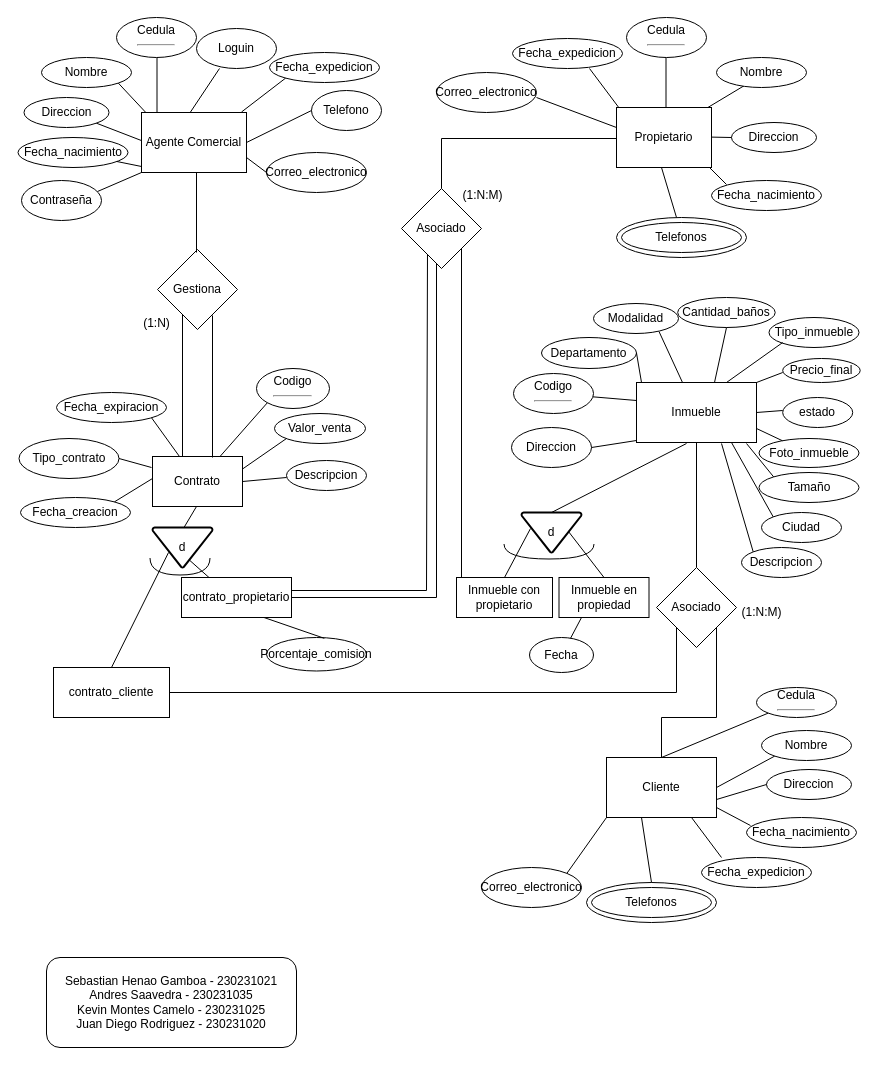
The draw.io diagram Copia de empresa inmobiliaria.drawio in Juandiiego2111/Juandiiego21111, before the edit. Source tidied: cells renumbered, new cells numbered last; positions are measured from the earlier drawing's top-left corner, leaving out a move shared by most shapes. Both pictures are drawn from the tidied source at 100%, with x=0, y=0 at pixel (18, 17).
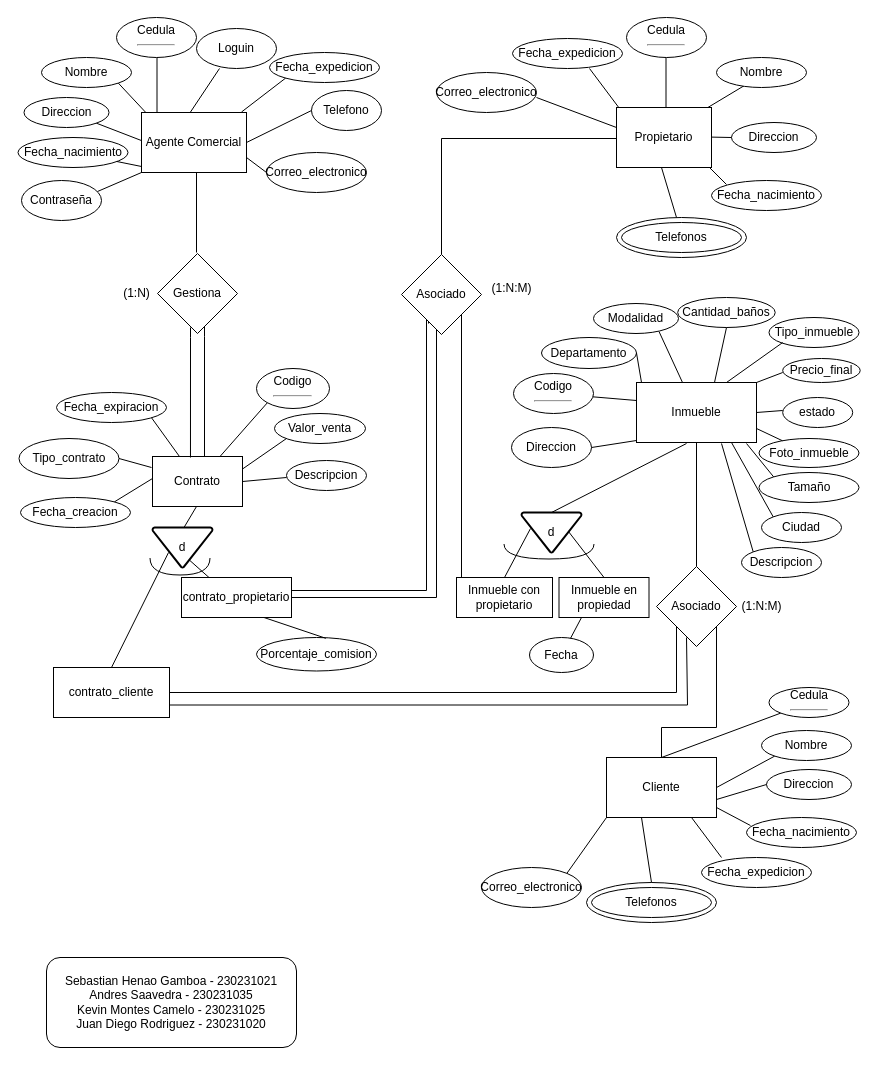
The same page after the edit.

Unchanged cells that the change refers to:
```xml
<mxCell id="27" value="Contrato" style="rounded=0;whiteSpace=wrap;html=1;" parent="1" vertex="1">
  <mxGeometry x="134" y="439" width="90" height="50" as="geometry" />
</mxCell>
<mxCell id="36" value="Cliente" style="rounded=0;whiteSpace=wrap;html=1;" parent="1" vertex="1">
  <mxGeometry x="588" y="740" width="110" height="60" as="geometry" />
</mxCell>
<mxCell id="61" value="contrato_cliente" style="rounded=0;whiteSpace=wrap;html=1;" parent="1" vertex="1">
  <mxGeometry x="35" y="650" width="116" height="50" as="geometry" />
</mxCell>
```

Change to the diagram source:
```diff
@@
     <mxCell id="35" style="edgeStyle=orthogonalEdgeStyle;rounded=0;jettySize=auto;html=1;exitX=0.5;exitY=0;exitDx=0;exitDy=0;entryX=1;entryY=1;entryDx=0;entryDy=0;endArrow=none;endFill=0;" parent="1" edge="1" source="36" target="125">
       <mxGeometry relative="1" as="geometry">
         <Array as="points">
-          <mxPoint x="643" y="700" />
-          <mxPoint x="698" y="700" />
+          <mxPoint x="643" y="710" />
+          <mxPoint x="698" y="710" />
         </Array>
       </mxGeometry>
     </mxCell>
@@
     <mxCell id="43" value="Cedula&lt;hr&gt;" style="ellipse;whiteSpace=wrap;html=1;" parent="1" vertex="1">
-      <mxGeometry x="738" y="670" width="80" height="30" as="geometry" />
+      <mxGeometry x="750.5" y="670" width="80" height="30" as="geometry" />
     </mxCell>
@@
     <mxCell id="59" value="Gestiona" style="rhombus;whiteSpace=wrap;html=1;" parent="1" vertex="1">
-      <mxGeometry x="139" y="232" width="80" height="80" as="geometry" />
+      <mxGeometry x="139" y="236" width="80" height="80" as="geometry" />
     </mxCell>
@@
-    <mxCell id="62" style="edgeStyle=orthogonalEdgeStyle;rounded=0;orthogonalLoop=1;jettySize=auto;html=1;exitX=1;exitY=0.5;exitDx=0;exitDy=0;entryX=0.325;entryY=0.85;entryDx=0;entryDy=0;endArrow=none;endFill=0;entryPerimeter=0;" parent="1" edge="1">
+    <mxCell id="62" style="edgeStyle=orthogonalEdgeStyle;rounded=0;jettySize=auto;html=1;exitX=1;exitY=0.5;exitDx=0;exitDy=0;entryX=0.338;entryY=0.863;entryDx=0;entryDy=0;endArrow=none;endFill=0;entryPerimeter=0;" parent="1" edge="1" target="81">
       <mxGeometry relative="1" as="geometry">
         <mxPoint x="273" y="583" as="sourcePoint" />
-        <mxPoint x="409" y="232" as="targetPoint" />
         <Array as="points">
           <mxPoint x="273" y="573" />
           <mxPoint x="408" y="573" />
+          <mxPoint x="408" y="290" />
+          <mxPoint x="410" y="290" />
         </Array>
       </mxGeometry>
     </mxCell>
@@
     <mxCell id="73" value="(1:N)" style="text;html=1;align=center;verticalAlign=middle;strokeColor=none;fillColor=none;" parent="1" vertex="1">
-      <mxGeometry x="113" y="291" width="50" height="30" as="geometry" />
+      <mxGeometry x="93" y="261" width="50" height="30" as="geometry" />
     </mxCell>
-    <mxCell id="74" style="endArrow=none;html=1;rounded=0;exitX=0.356;exitY=0.06;exitDx=0;exitDy=0;exitPerimeter=0;" parent="1" edge="1">
-      <mxGeometry relative="1" as="geometry">
-        <mxPoint x="164" y="439" as="sourcePoint" />
-        <mxPoint x="164" y="297" as="targetPoint" />
-      </mxGeometry>
-    </mxCell>
@@
     <mxCell id="81" value="Asociado" style="rhombus;whiteSpace=wrap;html=1;" parent="1" vertex="1">
-      <mxGeometry x="383" y="171" width="80" height="80" as="geometry" />
+      <mxGeometry x="383" y="237" width="80" height="80" as="geometry" />
     </mxCell>
     <mxCell id="82" value="Porcentaje_comision" style="ellipse;whiteSpace=wrap;html=1;" parent="1" vertex="1">
-      <mxGeometry x="248" y="620" width="100" height="33.5" as="geometry" />
+      <mxGeometry x="238" y="620" width="120" height="33.5" as="geometry" />
     </mxCell>
@@
     <mxCell id="94" value="(1:N:M)" style="text;html=1;align=center;verticalAlign=middle;strokeColor=none;fillColor=none;" parent="1" vertex="1">
-      <mxGeometry x="434" y="163" width="60" height="30" as="geometry" />
+      <mxGeometry x="463" y="256" width="60" height="30" as="geometry" />
     </mxCell>
@@
     <mxCell id="124" value="(1:N:M)" style="text;html=1;align=center;verticalAlign=middle;strokeColor=none;fillColor=none;" parent="1" vertex="1">
-      <mxGeometry x="713" y="580" width="60" height="30" as="geometry" />
+      <mxGeometry x="713" y="574" width="60" height="30" as="geometry" />
     </mxCell>
     <mxCell id="125" value="Asociado" style="rhombus;whiteSpace=wrap;html=1;" parent="1" vertex="1">
-      <mxGeometry x="638" y="550" width="80" height="80" as="geometry" />
+      <mxGeometry x="638" y="549" width="80" height="80" as="geometry" />
     </mxCell>
@@
-    <mxCell id="127" style="endArrow=none;html=1;rounded=0;exitX=0.356;exitY=0.06;exitDx=0;exitDy=0;exitPerimeter=0;" parent="1" edge="1">
-      <mxGeometry relative="1" as="geometry">
-        <mxPoint x="194" y="440" as="sourcePoint" />
-        <mxPoint x="194" y="298" as="targetPoint" />
-      </mxGeometry>
-    </mxCell>
+    <mxCell id="128" style="edgeStyle=orthogonalEdgeStyle;rounded=0;jettySize=auto;html=1;entryX=0.422;entryY=0.02;entryDx=0;entryDy=0;entryPerimeter=0;endArrow=none;endFill=0;" parent="1" edge="1" target="27">
+      <mxGeometry relative="1" as="geometry">
+        <mxPoint x="172" y="310" as="sourcePoint" />
+        <Array as="points">
+          <mxPoint x="172" y="320" />
+          <mxPoint x="172" y="320" />
+        </Array>
+      </mxGeometry>
+    </mxCell>
+    <mxCell id="129" style="edgeStyle=orthogonalEdgeStyle;rounded=0;orthogonalLoop=1;jettySize=auto;html=1;entryX=0.422;entryY=0.02;entryDx=0;entryDy=0;entryPerimeter=0;endArrow=none;endFill=0;" parent="1" edge="1">
+      <mxGeometry relative="1" as="geometry">
+        <mxPoint x="186" y="309" as="sourcePoint" />
+        <mxPoint x="186" y="439" as="targetPoint" />
+        <Array as="points">
+          <mxPoint x="186" y="319" />
+          <mxPoint x="186" y="319" />
+        </Array>
+      </mxGeometry>
+    </mxCell>
+    <mxCell id="130" style="edgeStyle=orthogonalEdgeStyle;rounded=0;jettySize=auto;html=1;exitX=1;exitY=0.75;exitDx=0;exitDy=0;endArrow=none;endFill=0;" parent="1" edge="1" source="61">
+      <mxGeometry relative="1" as="geometry">
+        <mxPoint x="668" y="620" as="targetPoint" />
+        <Array as="points">
+          <mxPoint x="669" y="688" />
+        </Array>
+      </mxGeometry>
+    </mxCell>
```
